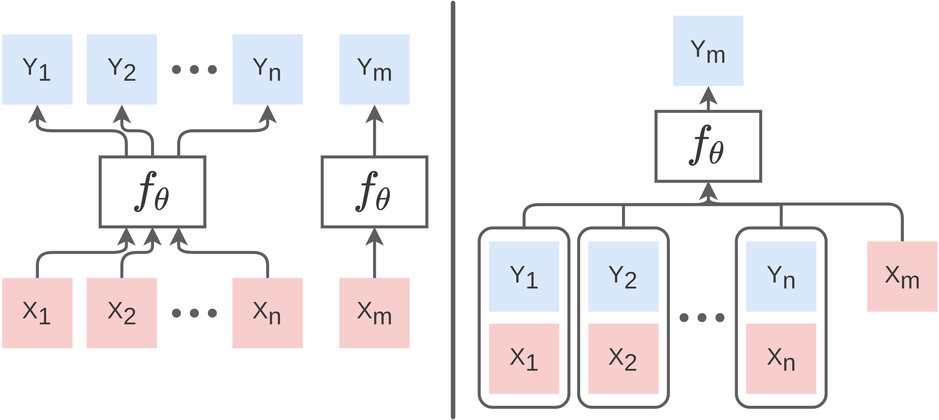
Earlier version of the draw.io export neural_process/SLvsNP.png (toonnyy8/PPT). Source tidied: cells renumbered, new cells last; positions are measured from the earlier drawing's top-left corner, leaving out a move shared by most shapes.
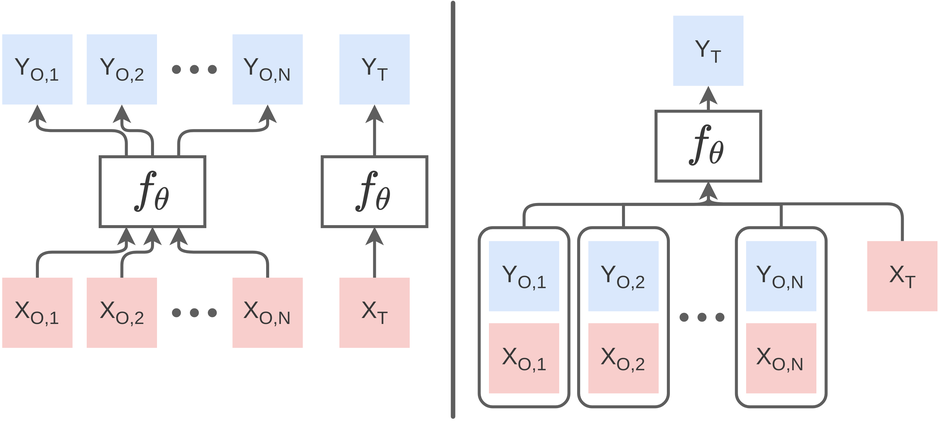
Above is the later version.

Diff of the diagram source:
```diff
@@ -17,13 +17,13 @@
     <mxCell id="6" style="shape=waypoint;sketch=0;fillStyle=solid;size=6;fillColor=none;perimeter=centerPerimeter;fontSize=16;strokeColor=#5E5E5E;strokeWidth=1;fontColor=#383838;rotation=90;" parent="3" vertex="1">
       <mxGeometry x="-12" y="12" width="40" height="40" as="geometry" />
     </mxCell>
-    <mxCell id="7" value="X&lt;sub style=&quot;font-size: 16px&quot;&gt;2&lt;/sub&gt;" style="whiteSpace=wrap;html=1;strokeColor=none;strokeWidth=2;fillColor=#f8cecc;fontSize=16;fontColor=#383838;rotation=0;" parent="2" vertex="1">
+    <mxCell id="7" value="X&lt;sub&gt;&lt;font style=&quot;font-size: 12px&quot;&gt;O,2&lt;/font&gt;&lt;/sub&gt;" style="whiteSpace=wrap;html=1;strokeColor=none;strokeWidth=2;fillColor=#f8cecc;fontSize=16;fontColor=#383838;rotation=0;" parent="2" vertex="1">
       <mxGeometry x="56.5" y="163" width="47" height="47" as="geometry" />
     </mxCell>
-    <mxCell id="8" value="X&lt;sub style=&quot;font-size: 16px;&quot;&gt;1&lt;/sub&gt;" style="whiteSpace=wrap;html=1;strokeColor=none;strokeWidth=2;fillColor=#f8cecc;fontSize=16;fontColor=#383838;rotation=0;" parent="2" vertex="1">
+    <mxCell id="8" value="X&lt;sub&gt;&lt;font style=&quot;font-size: 12px&quot;&gt;O,&lt;/font&gt;&lt;font style=&quot;font-size: 12px&quot;&gt;1&lt;/font&gt;&lt;/sub&gt;" style="whiteSpace=wrap;html=1;strokeColor=none;strokeWidth=2;fillColor=#f8cecc;fontSize=16;fontColor=#383838;rotation=0;" parent="2" vertex="1">
       <mxGeometry y="163" width="47" height="47" as="geometry" />
     </mxCell>
-    <mxCell id="9" value="X&lt;sub style=&quot;font-size: 16px&quot;&gt;n&lt;/sub&gt;" style="whiteSpace=wrap;html=1;strokeColor=none;strokeWidth=2;fillColor=#f8cecc;fontSize=16;fontColor=#383838;rotation=0;" parent="2" vertex="1">
+    <mxCell id="9" value="X&lt;sub&gt;&lt;font style=&quot;font-size: 12px&quot;&gt;O,&lt;/font&gt;&lt;font style=&quot;font-size: 12px&quot;&gt;N&lt;/font&gt;&lt;/sub&gt;" style="whiteSpace=wrap;html=1;strokeColor=none;strokeWidth=2;fillColor=#f8cecc;fontSize=16;fontColor=#383838;rotation=0;" parent="2" vertex="1">
       <mxGeometry x="154" y="163" width="47" height="47" as="geometry" />
     </mxCell>
     <mxCell id="10" value="\(f_\theta\)" style="shape=trapezoid;perimeter=trapezoidPerimeter;whiteSpace=wrap;html=1;fixedSize=1;labelBackgroundColor=none;fontSize=24;fontColor=#383838;strokeColor=#5E5E5E;strokeWidth=2;fillColor=none;rotation=0;size=-15.5;" parent="2" vertex="1">
@@ -50,7 +50,7 @@
     <mxCell id="17" value="\(f_\theta\)" style="shape=trapezoid;perimeter=trapezoidPerimeter;whiteSpace=wrap;html=1;fixedSize=1;labelBackgroundColor=none;fontSize=24;fontColor=#383838;strokeColor=#5E5E5E;strokeWidth=2;fillColor=none;rotation=0;size=-20;" parent="2" vertex="1">
       <mxGeometry x="214" y="82" width="70" height="46.8" as="geometry" />
     </mxCell>
-    <mxCell id="18" value="Y&lt;sub style=&quot;font-size: 16px&quot;&gt;2&lt;/sub&gt;" style="whiteSpace=wrap;html=1;strokeColor=none;strokeWidth=2;fillColor=#dae8fc;fontSize=16;fontColor=#383838;rotation=0;" parent="2" vertex="1">
+    <mxCell id="18" value="Y&lt;sub&gt;&lt;font style=&quot;font-size: 12px&quot;&gt;O,2&lt;/font&gt;&lt;/sub&gt;" style="whiteSpace=wrap;html=1;strokeColor=none;strokeWidth=2;fillColor=#dae8fc;fontSize=16;fontColor=#383838;rotation=0;" parent="2" vertex="1">
       <mxGeometry x="56.5" width="47" height="47" as="geometry" />
     </mxCell>
     <mxCell id="19" style="group;strokeWidth=1;fontColor=#383838;rotation=90;" parent="2" vertex="1">
@@ -65,16 +65,16 @@
     <mxCell id="22" style="shape=waypoint;sketch=0;fillStyle=solid;size=6;fillColor=none;perimeter=centerPerimeter;fontSize=16;strokeColor=#5E5E5E;strokeWidth=1;fontColor=#383838;rotation=90;" parent="19" vertex="1">
       <mxGeometry x="-12" y="12" width="40" height="40" as="geometry" />
     </mxCell>
-    <mxCell id="23" value="Y&lt;sub style=&quot;font-size: 16px;&quot;&gt;1&lt;/sub&gt;" style="whiteSpace=wrap;html=1;strokeColor=none;strokeWidth=2;fillColor=#dae8fc;fontSize=16;fontColor=#383838;rotation=0;" parent="2" vertex="1">
+    <mxCell id="23" value="Y&lt;sub&gt;&lt;font style=&quot;font-size: 12px&quot;&gt;O,1&lt;/font&gt;&lt;/sub&gt;" style="whiteSpace=wrap;html=1;strokeColor=none;strokeWidth=2;fillColor=#dae8fc;fontSize=16;fontColor=#383838;rotation=0;" parent="2" vertex="1">
       <mxGeometry width="47" height="47" as="geometry" />
     </mxCell>
-    <mxCell id="24" value="Y&lt;sub style=&quot;font-size: 16px&quot;&gt;n&lt;/sub&gt;" style="whiteSpace=wrap;html=1;strokeColor=none;strokeWidth=2;fillColor=#dae8fc;fontSize=16;fontColor=#383838;rotation=0;" parent="2" vertex="1">
+    <mxCell id="24" value="Y&lt;sub&gt;&lt;font style=&quot;font-size: 12px&quot;&gt;O,&lt;/font&gt;&lt;font style=&quot;font-size: 12px&quot;&gt;N&lt;/font&gt;&lt;/sub&gt;" style="whiteSpace=wrap;html=1;strokeColor=none;strokeWidth=2;fillColor=#dae8fc;fontSize=16;fontColor=#383838;rotation=0;" parent="2" vertex="1">
       <mxGeometry x="154" width="47" height="47" as="geometry" />
     </mxCell>
-    <mxCell id="25" value="X&lt;sub style=&quot;font-size: 16px&quot;&gt;m&lt;/sub&gt;" style="whiteSpace=wrap;html=1;strokeColor=none;strokeWidth=2;fillColor=#f8cecc;fontSize=16;fontColor=#383838;rotation=0;" parent="2" vertex="1">
+    <mxCell id="25" value="X&lt;sub&gt;&lt;font style=&quot;font-size: 12px&quot;&gt;T&lt;/font&gt;&lt;/sub&gt;" style="whiteSpace=wrap;html=1;strokeColor=none;strokeWidth=2;fillColor=#f8cecc;fontSize=16;fontColor=#383838;rotation=0;" parent="2" vertex="1">
       <mxGeometry x="225.5" y="163" width="47" height="47" as="geometry" />
     </mxCell>
-    <mxCell id="26" value="Y&lt;sub style=&quot;font-size: 16px&quot;&gt;m&lt;/sub&gt;" style="whiteSpace=wrap;html=1;strokeColor=none;strokeWidth=2;fillColor=#dae8fc;fontSize=16;fontColor=#383838;rotation=0;" parent="2" vertex="1">
+    <mxCell id="26" value="Y&lt;sub&gt;&lt;font style=&quot;font-size: 12px&quot;&gt;T&lt;/font&gt;&lt;/sub&gt;" style="whiteSpace=wrap;html=1;strokeColor=none;strokeWidth=2;fillColor=#dae8fc;fontSize=16;fontColor=#383838;rotation=0;" parent="2" vertex="1">
       <mxGeometry x="225.5" width="47" height="47" as="geometry" />
     </mxCell>
     <mxCell id="27" style="endArrow=classic;rounded=0;entryX=0.5;entryY=1;entryDx=0;entryDy=0;exitX=0.5;exitY=0;exitDx=0;exitDy=0;strokeColor=#5E5E5E;strokeWidth=2;" parent="2" edge="1" source="25" target="17">
@@ -92,7 +92,7 @@
     <mxCell id="31" value="\(f_\theta\)" style="shape=trapezoid;perimeter=trapezoidPerimeter;whiteSpace=wrap;html=1;fixedSize=1;labelBackgroundColor=none;fontSize=24;fontColor=#383838;strokeColor=#5E5E5E;strokeWidth=2;fillColor=none;rotation=0;size=-20;" parent="30" vertex="1">
       <mxGeometry x="118.2" y="64" width="70" height="46.8" as="geometry" />
     </mxCell>
-    <mxCell id="32" value="Y&lt;sub style=&quot;font-size: 16px&quot;&gt;m&lt;/sub&gt;" style="whiteSpace=wrap;html=1;strokeColor=none;strokeWidth=2;fillColor=#dae8fc;fontSize=16;fontColor=#383838;rotation=0;" parent="30" vertex="1">
+    <mxCell id="32" value="Y&lt;sub&gt;&lt;font style=&quot;font-size: 12px&quot;&gt;T&lt;/font&gt;&lt;/sub&gt;" style="whiteSpace=wrap;html=1;strokeColor=none;strokeWidth=2;fillColor=#dae8fc;fontSize=16;fontColor=#383838;rotation=0;" parent="30" vertex="1">
       <mxGeometry x="129.8" width="47" height="47" as="geometry" />
     </mxCell>
     <mxCell id="33" style="endArrow=classic;entryX=0.5;entryY=1;entryDx=0;entryDy=0;exitX=0.5;exitY=0;exitDx=0;exitDy=0;strokeColor=#5E5E5E;strokeWidth=2;edgeStyle=orthogonalEdgeStyle;rounded=1;" parent="30" edge="1" source="58" target="31">
@@ -139,10 +139,10 @@
     <mxCell id="45" style="group;" parent="43" vertex="1">
       <mxGeometry x="6.5" y="9" width="47" height="102" as="geometry" />
     </mxCell>
-    <mxCell id="46" value="X&lt;sub style=&quot;font-size: 16px;&quot;&gt;1&lt;/sub&gt;" style="whiteSpace=wrap;html=1;strokeColor=none;strokeWidth=2;fillColor=#f8cecc;fontSize=16;fontColor=#383838;rotation=0;" parent="45" vertex="1">
+    <mxCell id="46" value="X&lt;sub&gt;&lt;font style=&quot;font-size: 12px&quot;&gt;O,&lt;/font&gt;&lt;font style=&quot;font-size: 12px&quot;&gt;1&lt;/font&gt;&lt;/sub&gt;" style="whiteSpace=wrap;html=1;strokeColor=none;strokeWidth=2;fillColor=#f8cecc;fontSize=16;fontColor=#383838;rotation=0;" parent="45" vertex="1">
       <mxGeometry y="55" width="47" height="47" as="geometry" />
     </mxCell>
-    <mxCell id="47" value="Y&lt;sub style=&quot;font-size: 16px;&quot;&gt;1&lt;/sub&gt;" style="whiteSpace=wrap;html=1;strokeColor=none;strokeWidth=2;fillColor=#dae8fc;fontSize=16;fontColor=#383838;rotation=0;" parent="45" vertex="1">
+    <mxCell id="47" value="Y&lt;sub&gt;&lt;font style=&quot;font-size: 12px&quot;&gt;O,&lt;/font&gt;&lt;font style=&quot;font-size: 12px&quot;&gt;1&lt;/font&gt;&lt;/sub&gt;" style="whiteSpace=wrap;html=1;strokeColor=none;strokeWidth=2;fillColor=#dae8fc;fontSize=16;fontColor=#383838;rotation=0;" parent="45" vertex="1">
       <mxGeometry width="47" height="47" as="geometry" />
     </mxCell>
     <mxCell id="48" style="group;" parent="38" vertex="1">
@@ -154,10 +154,10 @@
     <mxCell id="50" style="group;" parent="48" vertex="1">
       <mxGeometry x="6.5" y="9" width="47" height="102" as="geometry" />
     </mxCell>
-    <mxCell id="51" value="X&lt;sub style=&quot;font-size: 16px&quot;&gt;2&lt;/sub&gt;" style="whiteSpace=wrap;html=1;strokeColor=none;strokeWidth=2;fillColor=#f8cecc;fontSize=16;fontColor=#383838;rotation=0;" parent="50" vertex="1">
+    <mxCell id="51" value="X&lt;sub&gt;&lt;font style=&quot;font-size: 12px&quot;&gt;O,2&lt;/font&gt;&lt;/sub&gt;" style="whiteSpace=wrap;html=1;strokeColor=none;strokeWidth=2;fillColor=#f8cecc;fontSize=16;fontColor=#383838;rotation=0;" parent="50" vertex="1">
       <mxGeometry y="55" width="47" height="47" as="geometry" />
     </mxCell>
-    <mxCell id="52" value="Y&lt;sub style=&quot;font-size: 16px&quot;&gt;2&lt;/sub&gt;" style="whiteSpace=wrap;html=1;strokeColor=none;strokeWidth=2;fillColor=#dae8fc;fontSize=16;fontColor=#383838;rotation=0;" parent="50" vertex="1">
+    <mxCell id="52" value="Y&lt;sub&gt;&lt;font style=&quot;font-size: 12px&quot;&gt;O,2&lt;/font&gt;&lt;/sub&gt;" style="whiteSpace=wrap;html=1;strokeColor=none;strokeWidth=2;fillColor=#dae8fc;fontSize=16;fontColor=#383838;rotation=0;" parent="50" vertex="1">
       <mxGeometry width="47" height="47" as="geometry" />
     </mxCell>
     <mxCell id="53" style="group;" parent="38" vertex="1">
@@ -169,13 +169,13 @@
     <mxCell id="55" style="group;" parent="53" vertex="1">
       <mxGeometry x="6.5" y="9" width="47" height="102" as="geometry" />
     </mxCell>
-    <mxCell id="56" value="X&lt;sub style=&quot;font-size: 16px&quot;&gt;n&lt;/sub&gt;" style="whiteSpace=wrap;html=1;strokeColor=none;strokeWidth=2;fillColor=#f8cecc;fontSize=16;fontColor=#383838;rotation=0;" parent="55" vertex="1">
+    <mxCell id="56" value="X&lt;sub&gt;&lt;font style=&quot;font-size: 12px&quot;&gt;O,&lt;/font&gt;&lt;font style=&quot;font-size: 12px&quot;&gt;N&lt;/font&gt;&lt;/sub&gt;" style="whiteSpace=wrap;html=1;strokeColor=none;strokeWidth=2;fillColor=#f8cecc;fontSize=16;fontColor=#383838;rotation=0;" parent="55" vertex="1">
       <mxGeometry y="55" width="47" height="47" as="geometry" />
     </mxCell>
-    <mxCell id="57" value="Y&lt;sub style=&quot;font-size: 16px&quot;&gt;n&lt;/sub&gt;" style="whiteSpace=wrap;html=1;strokeColor=none;strokeWidth=2;fillColor=#dae8fc;fontSize=16;fontColor=#383838;rotation=0;" parent="55" vertex="1">
+    <mxCell id="57" value="Y&lt;sub&gt;&lt;font style=&quot;font-size: 12px&quot;&gt;O,&lt;/font&gt;&lt;font style=&quot;font-size: 12px&quot;&gt;N&lt;/font&gt;&lt;/sub&gt;" style="whiteSpace=wrap;html=1;strokeColor=none;strokeWidth=2;fillColor=#dae8fc;fontSize=16;fontColor=#383838;rotation=0;" parent="55" vertex="1">
       <mxGeometry width="47" height="47" as="geometry" />
     </mxCell>
-    <mxCell id="58" value="X&lt;sub style=&quot;font-size: 16px&quot;&gt;m&lt;/sub&gt;" style="whiteSpace=wrap;html=1;strokeColor=none;strokeWidth=2;fillColor=#f8cecc;fontSize=16;fontColor=#383838;rotation=0;" parent="38" vertex="1">
+    <mxCell id="58" value="X&lt;sub&gt;&lt;font style=&quot;font-size: 12px&quot;&gt;T&lt;/font&gt;&lt;/sub&gt;" style="whiteSpace=wrap;html=1;strokeColor=none;strokeWidth=2;fillColor=#f8cecc;fontSize=16;fontColor=#383838;rotation=0;" parent="38" vertex="1">
       <mxGeometry x="259.5" y="9" width="47" height="47" as="geometry" />
     </mxCell>
   </root>
```
